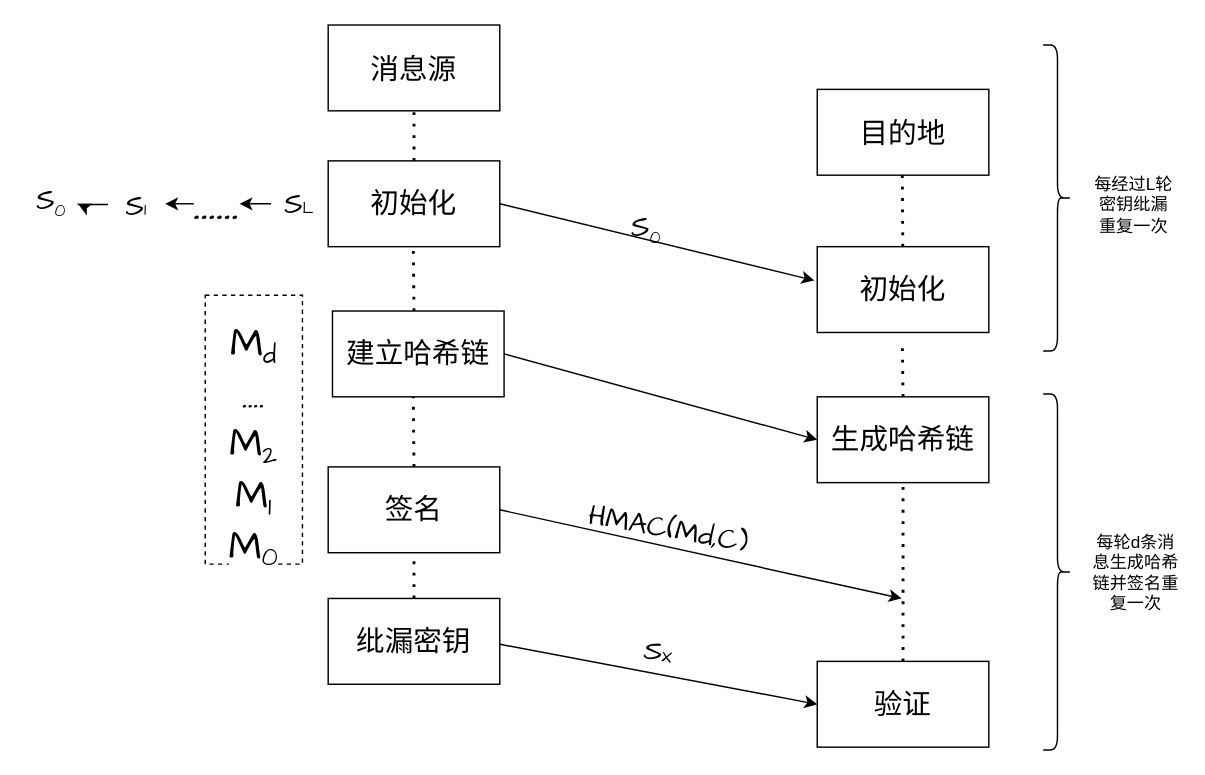
The draw.io diagram page "第 8 页" (8 of 10) of jieshou.drawio in asdlijinquan/-, before the edit. Source tidied: cells renumbered, new cells numbered last; positions are measured from the earlier drawing's top-left corner, leaving out a move shared by most shapes. Both pictures are drawn from the tidied source at 143%, with x=0, y=0 at pixel (24, 24).
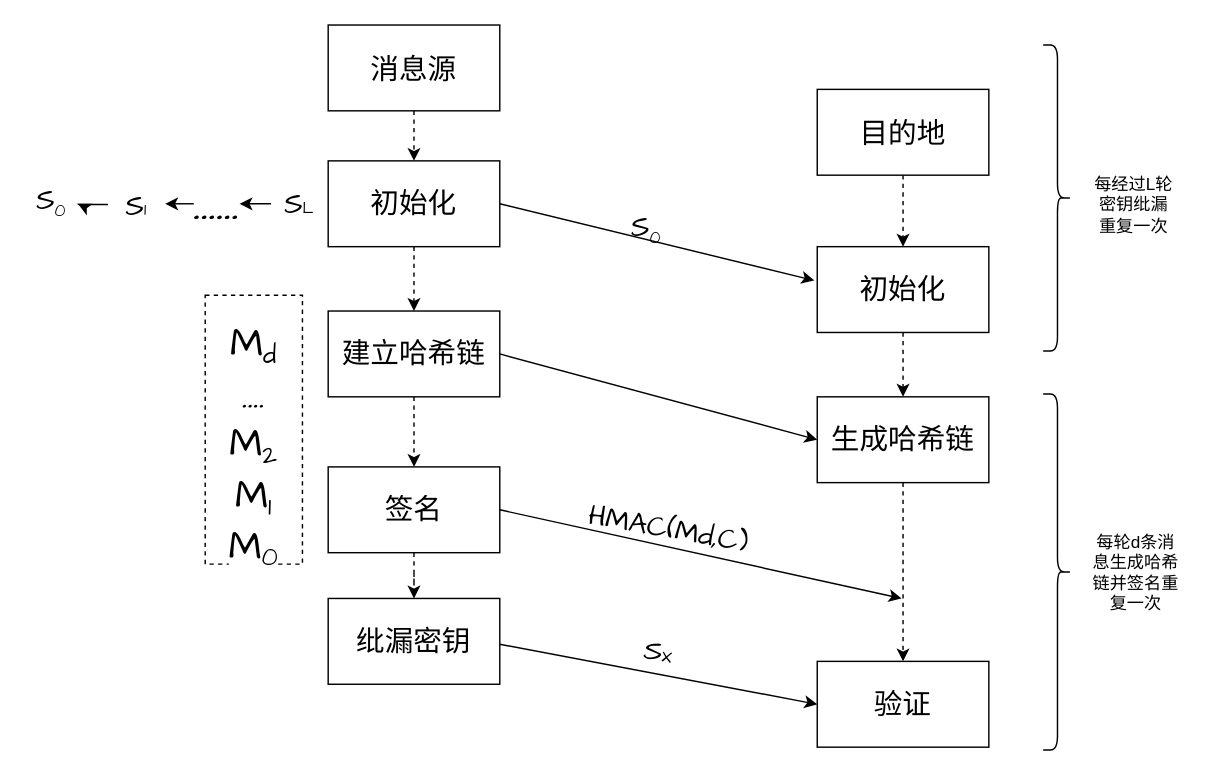
Above is the later version.

The change refers to these unchanged cells:
```xml
<mxCell id="2" value="&lt;font style=&quot;font-size: 20px;&quot;&gt;消息源&lt;/font&gt;" style="rounded=0;whiteSpace=wrap;html=1;fontColor=#000000;" parent="1" vertex="1">
  <mxGeometry x="212" width="120" height="60" as="geometry" />
</mxCell>
<mxCell id="3" value="&lt;font style=&quot;font-size: 20px;&quot;&gt;目的地&lt;/font&gt;" style="rounded=0;whiteSpace=wrap;html=1;fontColor=#000000;" parent="1" vertex="1">
  <mxGeometry x="554" y="45" width="120" height="60" as="geometry" />
</mxCell>
<mxCell id="4" value="初始化" style="rounded=0;whiteSpace=wrap;html=1;hachureGap=4;fontFamily=Architects Daughter;fontSize=20;fontColor=#000000;" parent="1" vertex="1">
  <mxGeometry x="212" y="95" width="120" height="60" as="geometry" />
</mxCell>
<mxCell id="6" value="签名" style="rounded=0;whiteSpace=wrap;html=1;fontSize=20;fontFamily=Architects Daughter;hachureGap=4;fontColor=#000000;" parent="1" vertex="1">
  <mxGeometry x="212" y="309" width="120" height="60" as="geometry" />
</mxCell>
<mxCell id="7" value="初始化" style="rounded=0;whiteSpace=wrap;html=1;hachureGap=4;fontFamily=Architects Daughter;fontSize=20;fontColor=#000000;" parent="1" vertex="1">
  <mxGeometry x="554" y="155" width="120" height="60" as="geometry" />
</mxCell>
<mxCell id="8" value="验证" style="rounded=0;whiteSpace=wrap;html=1;hachureGap=4;fontFamily=Architects Daughter;fontSize=20;fontColor=#000000;" parent="1" vertex="1">
  <mxGeometry x="554" y="445" width="120" height="60" as="geometry" />
</mxCell>
<mxCell id="26" value="生成哈希链" style="rounded=0;whiteSpace=wrap;html=1;hachureGap=4;fontFamily=Architects Daughter;fontSize=20;fontColor=#000000;" parent="1" vertex="1">
  <mxGeometry x="554" y="260" width="120" height="60" as="geometry" />
</mxCell>
<mxCell id="29" value="纰漏密钥" style="rounded=0;whiteSpace=wrap;html=1;fontSize=20;fontFamily=Architects Daughter;hachureGap=4;fontColor=#000000;" parent="1" vertex="1">
  <mxGeometry x="212" y="401" width="120" height="60" as="geometry" />
</mxCell>
```

Change to the diagram source:
```diff
@@
+    <mxCell id="37" style="edgeStyle=orthogonalEdgeStyle;rounded=0;jettySize=auto;html=1;dashed=1;" parent="1" edge="1" source="3" target="7">
+      <mxGeometry relative="1" as="geometry" />
+    </mxCell>
@@
+    <mxCell id="38" style="edgeStyle=orthogonalEdgeStyle;rounded=0;jettySize=auto;html=1;dashed=1;" parent="1" edge="1" source="4" target="5">
+      <mxGeometry relative="1" as="geometry" />
+    </mxCell>
@@
+    <mxCell id="39" style="edgeStyle=orthogonalEdgeStyle;rounded=0;jettySize=auto;html=1;dashed=1;" parent="1" edge="1" source="5" target="6">
+      <mxGeometry relative="1" as="geometry" />
+    </mxCell>
     <mxCell id="5" value="建立哈希链" style="rounded=0;whiteSpace=wrap;html=1;hachureGap=4;fontFamily=Architects Daughter;fontSize=20;fontColor=#000000;" parent="1" vertex="1">
-      <mxGeometry x="215" y="200" width="120" height="60" as="geometry" />
+      <mxGeometry x="212" y="200" width="120" height="60" as="geometry" />
     </mxCell>
+    <mxCell id="40" style="edgeStyle=orthogonalEdgeStyle;rounded=0;jettySize=auto;html=1;dashed=1;" parent="1" edge="1" source="6" target="29">
+      <mxGeometry relative="1" as="geometry" />
+    </mxCell>
@@
+    <mxCell id="41" style="edgeStyle=orthogonalEdgeStyle;rounded=0;jettySize=auto;html=1;dashed=1;" parent="1" edge="1" source="7" target="26">
+      <mxGeometry relative="1" as="geometry" />
+    </mxCell>
@@
-    <mxCell id="18" style="endArrow=none;dashed=1;html=1;dashPattern=1 3;strokeWidth=2;rounded=0;hachureGap=4;fontFamily=Architects Daughter;fontSize=16;entryX=0.5;entryY=1;entryDx=0;entryDy=0;fontColor=#000000;" parent="1" edge="1" source="4" target="2">
-      <mxGeometry relative="1" as="geometry" />
-    </mxCell>
-    <mxCell id="19" style="endArrow=none;dashed=1;html=1;dashPattern=1 3;strokeWidth=2;rounded=0;hachureGap=4;fontFamily=Architects Daughter;fontSize=16;entryX=0.5;entryY=1;entryDx=0;entryDy=0;fontColor=#000000;" parent="1" edge="1">
-      <mxGeometry relative="1" as="geometry">
-        <mxPoint x="272" y="200" as="sourcePoint" />
-        <mxPoint x="271.5" y="152" as="targetPoint" />
-      </mxGeometry>
-    </mxCell>
-    <mxCell id="20" style="endArrow=none;dashed=1;html=1;dashPattern=1 3;strokeWidth=2;rounded=0;hachureGap=4;fontFamily=Architects Daughter;fontSize=16;entryX=0.5;entryY=1;entryDx=0;entryDy=0;exitX=0.5;exitY=0;exitDx=0;exitDy=0;fontColor=#000000;" parent="1" edge="1" source="6">
-      <mxGeometry relative="1" as="geometry">
-        <mxPoint x="271.5" y="260" as="targetPoint" />
-      </mxGeometry>
-    </mxCell>
-    <mxCell id="21" style="endArrow=none;dashed=1;html=1;dashPattern=1 3;strokeWidth=2;rounded=0;hachureGap=4;fontFamily=Architects Daughter;fontSize=16;entryX=0.5;entryY=1;entryDx=0;entryDy=0;fontColor=#000000;" parent="1" edge="1" source="7">
-      <mxGeometry relative="1" as="geometry">
-        <mxPoint x="613.5" y="105" as="targetPoint" />
-      </mxGeometry>
-    </mxCell>
-    <mxCell id="22" style="endArrow=none;dashed=1;html=1;dashPattern=1 3;strokeWidth=2;rounded=0;hachureGap=4;fontFamily=Architects Daughter;fontSize=16;exitX=0.5;exitY=0;exitDx=0;exitDy=0;entryX=0.5;entryY=1;entryDx=0;entryDy=0;fontColor=#000000;" parent="1" edge="1" source="8" target="26">
-      <mxGeometry relative="1" as="geometry" />
-    </mxCell>
@@
-    <mxCell id="28" style="endArrow=none;dashed=1;html=1;dashPattern=1 3;strokeWidth=2;rounded=0;hachureGap=4;fontFamily=Architects Daughter;fontSize=16;exitX=0.5;exitY=0;exitDx=0;exitDy=0;fontColor=#000000;" parent="1" edge="1" source="26">
-      <mxGeometry relative="1" as="geometry">
-        <mxPoint x="613.5" y="223" as="targetPoint" />
-      </mxGeometry>
-    </mxCell>
@@
-    <mxCell id="30" style="endArrow=none;dashed=1;html=1;dashPattern=1 3;strokeWidth=2;rounded=0;hachureGap=4;fontFamily=Architects Daughter;fontSize=16;entryX=0.5;entryY=1;entryDx=0;entryDy=0;exitX=0.5;exitY=0;exitDx=0;exitDy=0;fontColor=#000000;" parent="1" edge="1" source="29" target="6">
-      <mxGeometry relative="1" as="geometry" />
-    </mxCell>
@@
+    <mxCell id="42" style="endArrow=classic;html=1;rounded=0;hachureGap=4;fontFamily=Architects Daughter;fontSize=16;exitX=0.5;exitY=1;exitDx=0;exitDy=0;entryX=0.5;entryY=0;entryDx=0;entryDy=0;fontColor=#000000;dashed=1;" parent="1" edge="1" source="2" target="4">
+      <mxGeometry relative="1" as="geometry" />
+    </mxCell>
+    <mxCell id="43" style="endArrow=classic;html=1;rounded=0;hachureGap=4;fontFamily=Architects Daughter;fontSize=16;exitX=0.5;exitY=1;exitDx=0;exitDy=0;fontColor=#000000;dashed=1;" parent="1" edge="1" source="26" target="8">
+      <mxGeometry relative="1" as="geometry" />
+    </mxCell>
```
